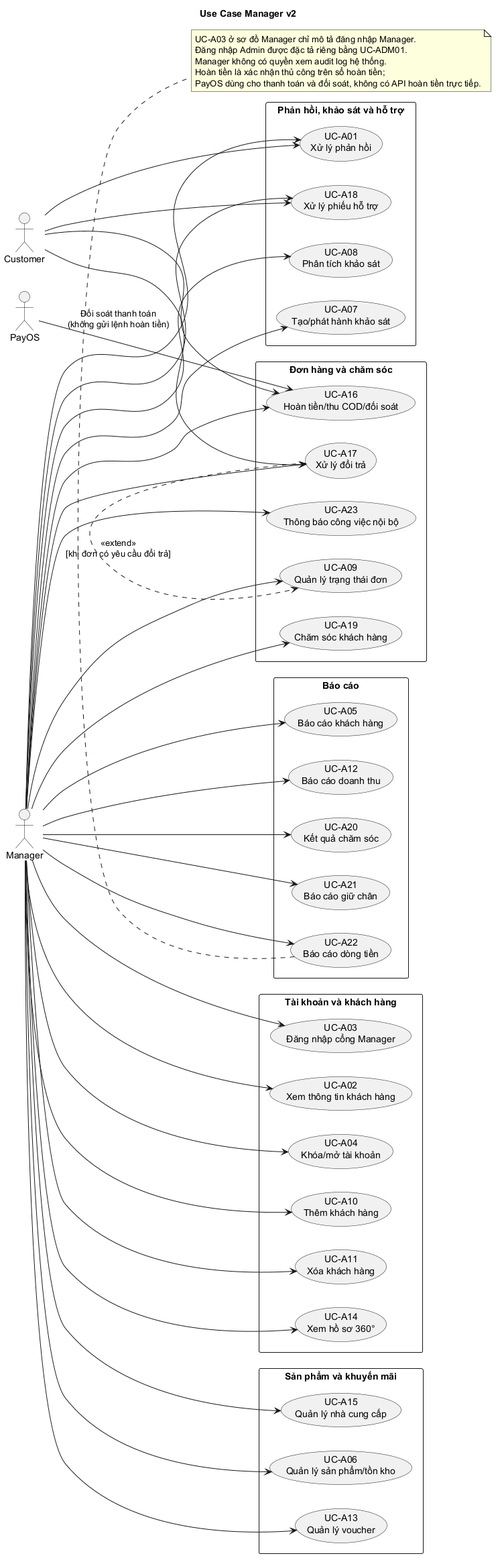
This is docs/use-cases/use-case-diagrams-manager-v2.png from duygri/do-an-htttdn-crm, a PlantUML export, as it was before one commit. Source of this version:
```plantuml
@startuml
title Use Case Manager v2
left to right direction
skinparam packageStyle rectangle
skinparam shadowing false
actor Manager
actor PayOS
actor Customer
package "Tài khoản và khách hàng" {
  usecase "UC-A03\nĐăng nhập cổng Manager" as MA03
  usecase "UC-A02\nXem thông tin khách hàng" as MA02
  usecase "UC-A04\nKhóa/mở tài khoản" as MA04
  usecase "UC-A10\nThêm khách hàng" as MA10
  usecase "UC-A11\nXóa khách hàng" as MA11
  usecase "UC-A14\nXem hồ sơ 360°" as MA14
}
package "Sản phẩm và khuyến mãi" {
  usecase "UC-A06\nQuản lý sản phẩm/tồn kho" as MA06
  usecase "UC-A13\nQuản lý voucher" as MA13
  usecase "UC-A15\nQuản lý nhà cung cấp" as MA15
}
package "Phản hồi, khảo sát và hỗ trợ" {
  usecase "UC-A01\nXử lý phản hồi" as MA01
  usecase "UC-A07\nTạo/phát hành khảo sát" as MA07
  usecase "UC-A08\nPhân tích khảo sát" as MA08
  usecase "UC-A18\nXử lý phiếu hỗ trợ" as MA18
}
package "Đơn hàng và chăm sóc" {
  usecase "UC-A09\nQuản lý trạng thái đơn" as MA09
  usecase "UC-A16\nHoàn tiền/thu COD/đối soát" as MA16
  usecase "UC-A17\nXử lý đổi trả" as MA17
  usecase "UC-A19\nChăm sóc khách hàng" as MA19
  usecase "UC-A23\nThông báo công việc nội bộ" as MA23
}
package "Báo cáo" {
  usecase "UC-A05\nBáo cáo khách hàng" as MA05
  usecase "UC-A12\nBáo cáo doanh thu" as MA12
  usecase "UC-A20\nKết quả chăm sóc" as MA20
  usecase "UC-A21\nBáo cáo giữ chân" as MA21
  usecase "UC-A22\nBáo cáo dòng tiền" as MA22
}
Manager --> MA01
Manager --> MA02
Manager --> MA03
Manager --> MA04
Manager --> MA05
Manager --> MA06
Manager --> MA07
Manager --> MA08
Manager --> MA09
Manager --> MA10
Manager --> MA11
Manager --> MA12
Manager --> MA13
Manager --> MA14
Manager --> MA15
Manager --> MA16
Manager --> MA17
Manager --> MA18
Manager --> MA19
Manager --> MA20
Manager --> MA21
Manager --> MA22
Manager --> MA23
PayOS --> MA16 : Đối soát thanh toán\n(không gửi lệnh hoàn tiền)
Customer --> MA01
Customer --> MA16
Customer --> MA17
Customer --> MA18
MA17 .> MA09 : <<extend>>\n[khi đơn có yêu cầu đổi trả]
note bottom
UC-A03 ở sơ đồ Manager chỉ mô tả đăng nhập Manager.
Đăng nhập Admin được đặc tả riêng bằng UC-ADM01.
Manager không có quyền xem audit log hệ thống.
Hoàn tiền là xác nhận thủ công trên sổ hoàn tiền;
PayOS dùng cho thanh toán và đối soát, không có API hoàn tiền trực tiếp.
end note
@enduml
```
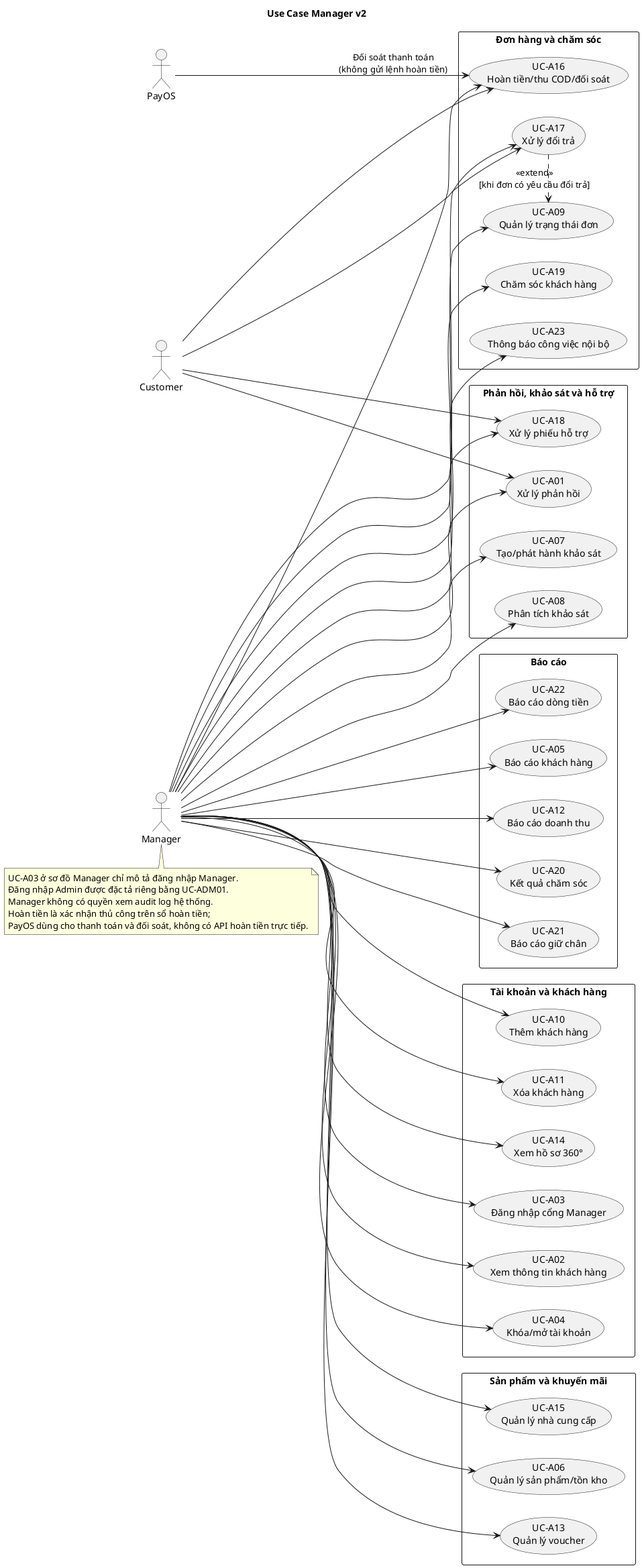
After the commit.

What changed in the source:
```diff
@@ -68,7 +68,7 @@
 Customer --> MA17
 Customer --> MA18
 MA17 .> MA09 : <<extend>>\n[khi đơn có yêu cầu đổi trả]
-note bottom
+note bottom of Manager
 UC-A03 ở sơ đồ Manager chỉ mô tả đăng nhập Manager.
 Đăng nhập Admin được đặc tả riêng bằng UC-ADM01.
 Manager không có quyền xem audit log hệ thống.
```
